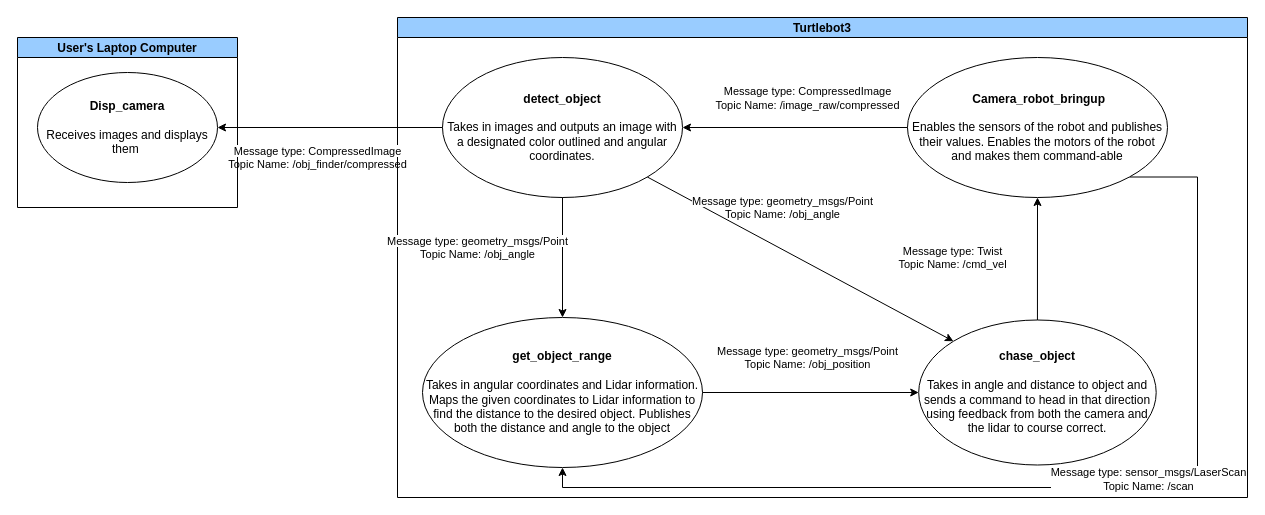
Above: Lab3/Lab3_diagram.drawio in hcarius3/ME7785_RoboticsResearch (draw.io), before the change. Source tidied: cells renumbered, new cells numbered last; positions are measured from the earlier drawing's top-left corner, leaving out a move shared by most shapes. Both pictures are drawn from the tidied source at 100%, with x=0, y=0 at pixel (17, 17).
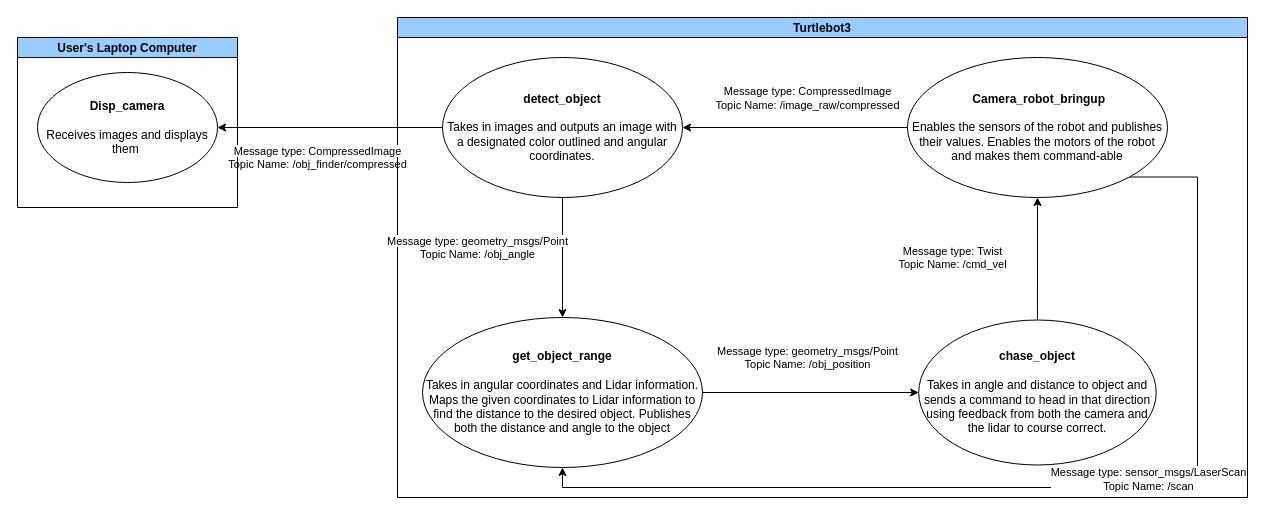
Above is the later version.

Unchanged cells that the change refers to:
```xml
<mxCell id="4" value="Turtlebot3" style="swimlane;startSize=20;horizontal=1;containerType=tree;newEdgeStyle={&quot;edgeStyle&quot;:&quot;elbowEdgeStyle&quot;,&quot;startArrow&quot;:&quot;none&quot;,&quot;endArrow&quot;:&quot;none&quot;};fillColor=#99CCFF;" parent="1" vertex="1">
  <mxGeometry x="380" width="850" height="480" as="geometry" />
</mxCell>
<mxCell id="9" value="&lt;b&gt;chase_object&lt;/b&gt;&lt;div&gt;&lt;b&gt;&lt;br&gt;&lt;/b&gt;&lt;/div&gt;&lt;div&gt;Takes in angle and distance to object and sends a command to head in that direction using feedback from both the camera and the lidar to course correct.&lt;/div&gt;" style="ellipse;whiteSpace=wrap;html=1;" parent="4" vertex="1">
  <mxGeometry x="521.2" y="302.5" width="237.5" height="145" as="geometry" />
</mxCell>
<mxCell id="10" value="&lt;b&gt;detect_object&lt;/b&gt;&lt;div&gt;&lt;b&gt;&lt;br&gt;&lt;/b&gt;&lt;/div&gt;&lt;div&gt;Takes in images and outputs an image with a designated color outlined and angular coordinates.&lt;/div&gt;" style="ellipse;whiteSpace=wrap;html=1;" parent="4" vertex="1">
  <mxGeometry x="45" y="40" width="240" height="140" as="geometry" />
</mxCell>
```

Diff of the diagram source:
```diff
@@
-    <mxCell id="19" style="endArrow=classic;html=1;rounded=0;exitX=1;exitY=1;exitDx=0;exitDy=0;entryX=0;entryY=0;entryDx=0;entryDy=0;" parent="4" edge="1" source="10" target="9">
-      <mxGeometry relative="1" as="geometry" />
-    </mxCell>
-    <mxCell id="20" value="&lt;span style=&quot;font-size: 11px; background-color: rgb(255, 255, 255);&quot;&gt;Message type: geometry_msgs/Point&lt;/span&gt;&lt;div style=&quot;--tw-scale-x: 1; --tw-scale-y: 1; --tw-pan-x: ; --tw-pan-y: ; --tw-pinch-zoom: ; --tw-scroll-snap-strictness: proximity; --tw-gradient-from-position: ; --tw-gradient-via-position: ; --tw-gradient-to-position: ; --tw-ordinal: ; --tw-slashed-zero: ; --tw-numeric-figure: ; --tw-numeric-spacing: ; --tw-numeric-fraction: ; --tw-ring-inset: ; --tw-ring-offset-width: 0px; --tw-ring-offset-color: #fff; --tw-ring-color: rgb(59 130 246 / .5); --tw-ring-offset-shadow: 0 0 #0000; --tw-ring-shadow: 0 0 #0000; --tw-shadow: 0 0 #0000; --tw-shadow-colored: 0 0 #0000; --tw-blur: ; --tw-brightness: ; --tw-contrast: ; --tw-grayscale: ; --tw-hue-rotate: ; --tw-invert: ; --tw-saturate: ; --tw-sepia: ; --tw-drop-shadow: ; --tw-backdrop-blur: ; --tw-backdrop-brightness: ; --tw-backdrop-contrast: ; --tw-backdrop-grayscale: ; --tw-backdrop-hue-rotate: ; --tw-backdrop-invert: ; --tw-backdrop-opacity: ; --tw-backdrop-saturate: ; --tw-backdrop-sepia: ; font-size: 11px;&quot;&gt;Topic Name: /obj_angle&lt;/div&gt;" style="text;html=1;align=center;verticalAlign=middle;strokeColor=none;fillColor=none;" parent="4" vertex="1">
-      <mxGeometry x="285" y="170" width="200" height="40" as="geometry" />
-    </mxCell>
```
